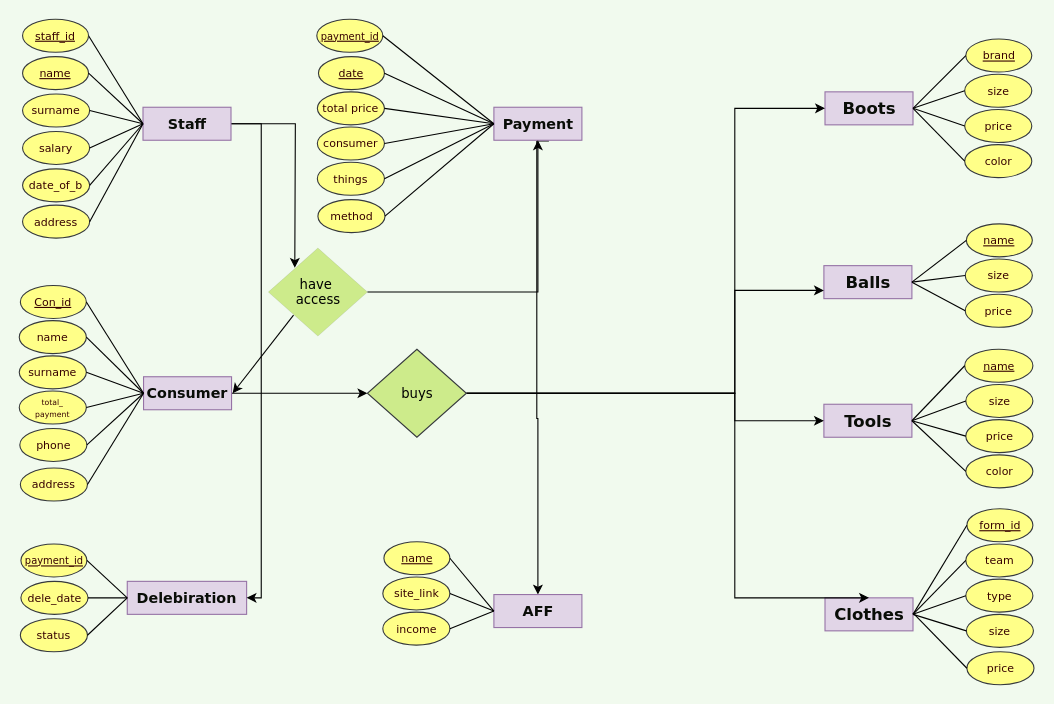
Before: ERD_Midterm.drawio in zhansserik/DBMS-2_project, a draw.io diagram. Source tidied: cells renumbered, new cells numbered last; positions are measured from the earlier drawing's top-left corner, leaving out a move shared by most shapes. Both pictures are drawn from the tidied source at 110%, with x=0, y=0 at pixel (19, 19).
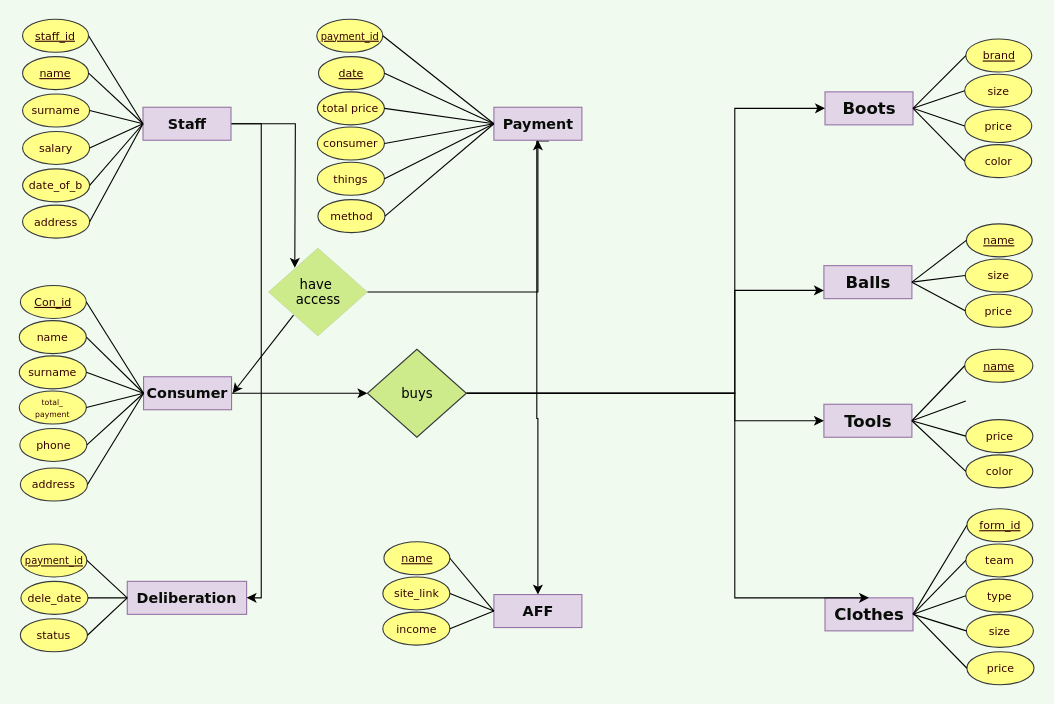
The same page after the edit.

Unchanged cells that the change refers to:
```xml
<mxCell id="2" value="&lt;font color=&quot;#090d07&quot; style=&quot;font-size: 15px;&quot;&gt;Tools&lt;/font&gt;" style="rounded=0;whiteSpace=wrap;html=1;shadow=0;labelBackgroundColor=none;labelBorderColor=none;sketch=0;fillStyle=auto;strokeColor=#9673a6;strokeWidth=1;fontFamily=Verdana;fontSize=13;fillColor=#e1d5e7;fontStyle=1;" parent="1" vertex="1">
  <mxGeometry x="731.5" y="350" width="80" height="30" as="geometry" />
</mxCell>
```

Change to the diagram source:
```diff
@@
-    <mxCell id="4" value="&lt;font color=&quot;#360000&quot; style=&quot;font-size: 10px;&quot;&gt;size&lt;/font&gt;" style="ellipse;whiteSpace=wrap;html=1;rounded=0;shadow=0;labelBackgroundColor=none;labelBorderColor=none;sketch=0;fillStyle=auto;strokeColor=#36393d;strokeWidth=1;fontFamily=Verdana;fontSize=10;fillColor=#ffff88;" parent="1" vertex="1">
-      <mxGeometry x="860.5" y="332" width="61" height="30" as="geometry" />
-    </mxCell>
@@
-    <mxCell id="9" style="endArrow=none;html=1;rounded=0;fontFamily=Verdana;fontSize=10;fontColor=#090D07;entryX=0;entryY=0.5;entryDx=0;entryDy=0;exitX=1;exitY=0.5;exitDx=0;exitDy=0;" parent="1" edge="1" source="2" target="4">
-      <mxGeometry relative="1" as="geometry" />
+    <mxCell id="9" style="endArrow=none;html=1;rounded=0;fontFamily=Verdana;fontSize=10;fontColor=#090D07;entryX=0;entryY=0.5;entryDx=0;entryDy=0;exitX=1;exitY=0.5;exitDx=0;exitDy=0;" parent="1" edge="1" source="2">
+      <mxGeometry relative="1" as="geometry">
+        <mxPoint x="860.5" y="347" as="targetPoint" />
+      </mxGeometry>
     </mxCell>
@@
-    <mxCell id="69" value="&lt;font color=&quot;#090d07&quot;&gt;Delebiration&lt;/font&gt;" style="rounded=0;whiteSpace=wrap;html=1;shadow=0;labelBackgroundColor=none;labelBorderColor=none;sketch=0;fillStyle=auto;strokeColor=#9673a6;strokeWidth=1;fontFamily=Verdana;fontSize=13;fillColor=#e1d5e7;fontStyle=1;" parent="1" vertex="1">
+    <mxCell id="69" value="&lt;font color=&quot;#090d07&quot;&gt;Deliberation&lt;/font&gt;" style="rounded=0;whiteSpace=wrap;html=1;shadow=0;labelBackgroundColor=none;labelBorderColor=none;sketch=0;fillStyle=auto;strokeColor=#9673a6;strokeWidth=1;fontFamily=Verdana;fontSize=13;fillColor=#e1d5e7;fontStyle=1;" parent="1" vertex="1">
       <mxGeometry x="98.2" y="511" width="108.5" height="30" as="geometry" />
     </mxCell>
```
